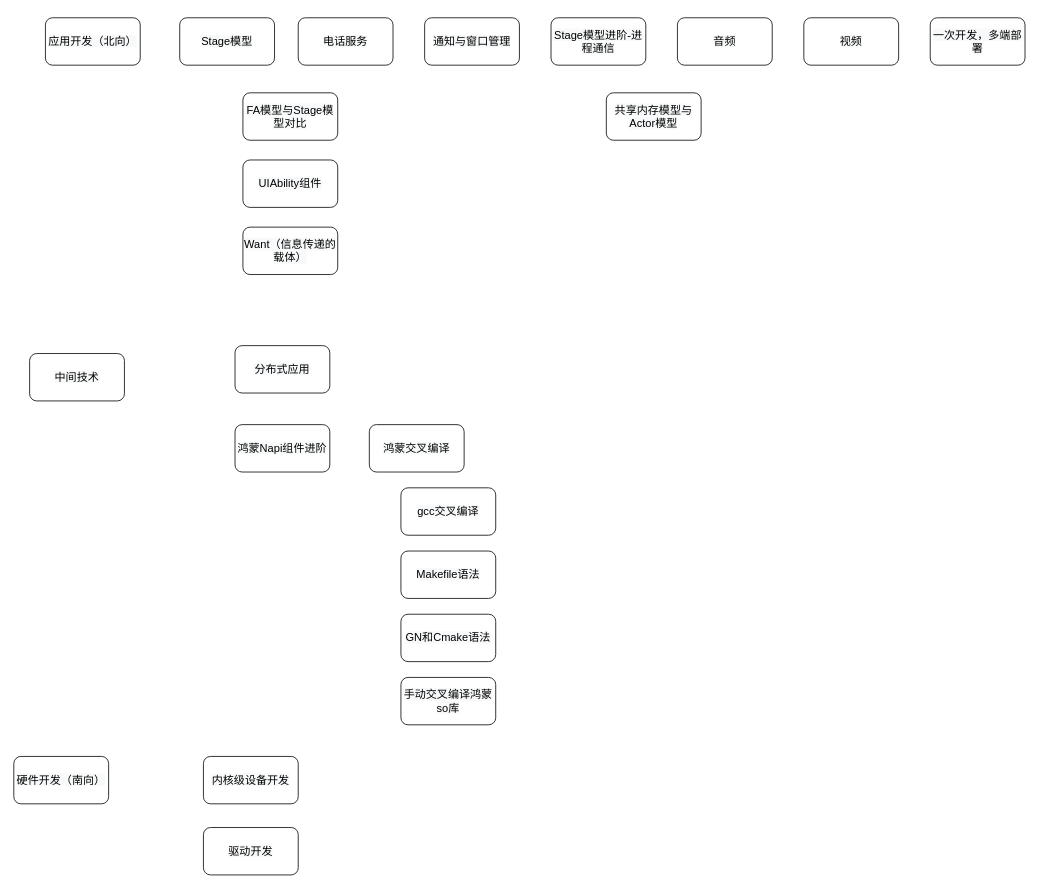
Earlier version of the draw.io diagram 掌握鸿蒙系统开发.drawio (yanhanfrontend/draw.io.workspace). Source tidied: cells renumbered, new cells numbered last; positions are measured from the earlier drawing's top-left corner, leaving out a move shared by most shapes. Both pictures are drawn from the tidied source at 79%, with x=0, y=0 at pixel (13, 13).
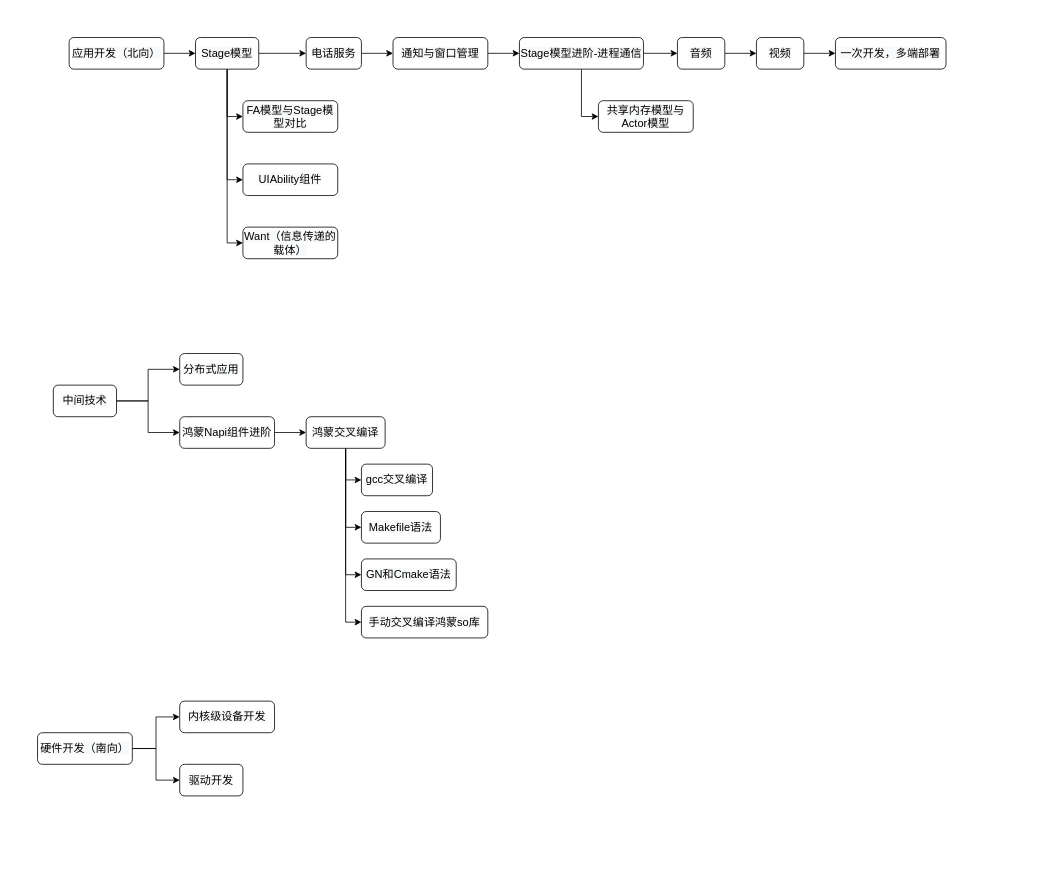
Above is the later version.

Commit message (it also covers changes not shown here):
更新掌握鸿蒙系统开发.drawio

Change to the diagram source:
```diff
@@
+    <mxCell id="28" style="edgeStyle=orthogonalEdgeStyle;rounded=0;jettySize=auto;html=1;" parent="1" edge="1" source="5" target="6">
+      <mxGeometry relative="1" as="geometry" />
+    </mxCell>
     <mxCell id="5" value="&lt;span style=&quot;font-family: 默认字体; font-size: 14px; background-color: rgb(248, 249, 250);&quot;&gt;应用开发（北向）&lt;/span&gt;" style="rounded=1;whiteSpace=wrap;html=1;" parent="1" vertex="1">
-      <mxGeometry x="40" y="5" width="120" height="60" as="geometry" />
+      <mxGeometry x="70" y="30" width="120" height="40" as="geometry" />
     </mxCell>
+    <mxCell id="29" style="edgeStyle=orthogonalEdgeStyle;rounded=0;jettySize=auto;html=1;entryX=0;entryY=0.5;entryDx=0;entryDy=0;" parent="1" edge="1" source="6" target="26">
+      <mxGeometry relative="1" as="geometry" />
+    </mxCell>
+    <mxCell id="30" style="edgeStyle=orthogonalEdgeStyle;rounded=0;jettySize=auto;html=1;exitX=0.5;exitY=1;exitDx=0;exitDy=0;entryX=0;entryY=0.5;entryDx=0;entryDy=0;" parent="1" edge="1" source="6" target="20">
+      <mxGeometry relative="1" as="geometry" />
+    </mxCell>
+    <mxCell id="31" style="edgeStyle=orthogonalEdgeStyle;rounded=0;jettySize=auto;html=1;exitX=0.5;exitY=1;exitDx=0;exitDy=0;entryX=0;entryY=0.5;entryDx=0;entryDy=0;" parent="1" edge="1" source="6" target="25">
+      <mxGeometry relative="1" as="geometry" />
+    </mxCell>
+    <mxCell id="32" style="edgeStyle=orthogonalEdgeStyle;rounded=0;jettySize=auto;html=1;" parent="1" edge="1" source="6" target="21">
+      <mxGeometry relative="1" as="geometry" />
+    </mxCell>
     <mxCell id="6" value="&lt;span style=&quot;font-family: 默认字体; font-size: 14px; background-color: rgb(248, 249, 250);&quot;&gt;Stage模型&lt;/span&gt;" style="rounded=1;whiteSpace=wrap;html=1;" parent="1" vertex="1">
-      <mxGeometry x="210" y="5" width="120" height="60" as="geometry" />
+      <mxGeometry x="230" y="30" width="80" height="40" as="geometry" />
     </mxCell>
     <mxCell id="7" value="&lt;span style=&quot;font-family: 默认字体; font-size: 14px; background-color: rgb(248, 249, 250);&quot;&gt;gcc交叉编译&lt;/span&gt;" style="rounded=1;whiteSpace=wrap;html=1;" parent="1" vertex="1">
-      <mxGeometry x="490" y="600" width="120" height="60" as="geometry" />
+      <mxGeometry x="440" y="570" width="90" height="40" as="geometry" />
     </mxCell>
+    <mxCell id="33" style="edgeStyle=orthogonalEdgeStyle;rounded=0;jettySize=auto;html=1;exitX=0.5;exitY=1;exitDx=0;exitDy=0;entryX=0;entryY=0.5;entryDx=0;entryDy=0;" parent="1" edge="1" source="8" target="7">
+      <mxGeometry relative="1" as="geometry" />
+    </mxCell>
+    <mxCell id="34" style="edgeStyle=orthogonalEdgeStyle;rounded=0;jettySize=auto;html=1;exitX=0.5;exitY=1;exitDx=0;exitDy=0;entryX=0;entryY=0.5;entryDx=0;entryDy=0;" parent="1" edge="1" source="8" target="23">
+      <mxGeometry relative="1" as="geometry" />
+    </mxCell>
+    <mxCell id="35" style="edgeStyle=orthogonalEdgeStyle;rounded=0;jettySize=auto;html=1;exitX=0.5;exitY=1;exitDx=0;exitDy=0;entryX=0;entryY=0.5;entryDx=0;entryDy=0;" parent="1" edge="1" source="8" target="17">
+      <mxGeometry relative="1" as="geometry" />
+    </mxCell>
+    <mxCell id="36" style="edgeStyle=orthogonalEdgeStyle;rounded=0;jettySize=auto;html=1;exitX=0.5;exitY=1;exitDx=0;exitDy=0;entryX=0;entryY=0.5;entryDx=0;entryDy=0;" parent="1" edge="1" source="8" target="13">
+      <mxGeometry relative="1" as="geometry" />
+    </mxCell>
     <mxCell id="8" value="&lt;span style=&quot;font-family: 默认字体; font-size: 14px; background-color: rgb(248, 249, 250);&quot;&gt;鸿蒙交叉编译&lt;/span&gt;" style="rounded=1;whiteSpace=wrap;html=1;" parent="1" vertex="1">
-      <mxGeometry x="450" y="520" width="120" height="60" as="geometry" />
+      <mxGeometry x="370" y="510" width="100" height="40" as="geometry" />
     </mxCell>
+    <mxCell id="37" style="edgeStyle=orthogonalEdgeStyle;rounded=0;jettySize=auto;html=1;" parent="1" edge="1" source="9" target="8">
+      <mxGeometry relative="1" as="geometry" />
+    </mxCell>
     <mxCell id="9" value="&lt;span style=&quot;font-family: 默认字体; font-size: 14px; background-color: rgb(248, 249, 250);&quot;&gt;鸿蒙Napi组件进阶&lt;/span&gt;" style="rounded=1;whiteSpace=wrap;html=1;" parent="1" vertex="1">
-      <mxGeometry x="280" y="520" width="120" height="60" as="geometry" />
+      <mxGeometry x="210" y="510" width="120" height="40" as="geometry" />
     </mxCell>
     <mxCell id="10" value="&lt;span style=&quot;font-family: 默认字体; font-size: 14px; background-color: rgb(248, 249, 250);&quot;&gt;一次开发，多端部署&lt;/span&gt;" style="rounded=1;whiteSpace=wrap;html=1;" parent="1" vertex="1">
-      <mxGeometry x="1160" y="5" width="120" height="60" as="geometry" />
+      <mxGeometry x="1040" y="30" width="140" height="40" as="geometry" />
     </mxCell>
+    <mxCell id="38" style="edgeStyle=orthogonalEdgeStyle;rounded=0;jettySize=auto;html=1;" parent="1" edge="1" source="11" target="10">
+      <mxGeometry relative="1" as="geometry" />
+    </mxCell>
     <mxCell id="11" value="&lt;span style=&quot;font-family: 默认字体; font-size: 14px; background-color: rgb(248, 249, 250);&quot;&gt;视频&lt;/span&gt;" style="rounded=1;whiteSpace=wrap;html=1;" parent="1" vertex="1">
-      <mxGeometry x="1000" y="5" width="120" height="60" as="geometry" />
+      <mxGeometry x="940" y="30" width="60" height="40" as="geometry" />
     </mxCell>
+    <mxCell id="39" style="edgeStyle=orthogonalEdgeStyle;rounded=0;jettySize=auto;html=1;" parent="1" edge="1" source="12" target="27">
+      <mxGeometry relative="1" as="geometry" />
+    </mxCell>
     <mxCell id="12" value="&lt;span style=&quot;font-family: 默认字体; font-size: 14px; background-color: rgb(248, 249, 250);&quot;&gt;通知与窗口管理&lt;/span&gt;" style="rounded=1;whiteSpace=wrap;html=1;" parent="1" vertex="1">
-      <mxGeometry x="520" y="5" width="120" height="60" as="geometry" />
+      <mxGeometry x="480" y="30" width="120" height="40" as="geometry" />
     </mxCell>
     <mxCell id="13" value="&lt;span style=&quot;font-family: 默认字体; font-size: 14px; background-color: rgb(248, 249, 250);&quot;&gt;手动交叉编译鸿蒙so库&lt;/span&gt;" style="rounded=1;whiteSpace=wrap;html=1;" parent="1" vertex="1">
-      <mxGeometry x="490" y="840" width="120" height="60" as="geometry" />
+      <mxGeometry x="440" y="750" width="160" height="40" as="geometry" />
     </mxCell>
     <mxCell id="14" value="&lt;span style=&quot;font-family: 默认字体; font-size: 14px; background-color: rgb(248, 249, 250);&quot;&gt;驱动开发&lt;/span&gt;" style="rounded=1;whiteSpace=wrap;html=1;" parent="1" vertex="1">
-      <mxGeometry x="240" y="1030" width="120" height="60" as="geometry" />
+      <mxGeometry x="210" y="950" width="80" height="40" as="geometry" />
     </mxCell>
     <mxCell id="15" value="&lt;span style=&quot;font-family: 默认字体; font-size: 14px; background-color: rgb(248, 249, 250);&quot;&gt;内核级设备开发&lt;/span&gt;" style="rounded=1;whiteSpace=wrap;html=1;" parent="1" vertex="1">
-      <mxGeometry x="240" y="940" width="120" height="60" as="geometry" />
+      <mxGeometry x="210" y="870" width="120" height="40" as="geometry" />
     </mxCell>
+    <mxCell id="40" style="edgeStyle=orthogonalEdgeStyle;rounded=0;jettySize=auto;html=1;exitX=1;exitY=0.5;exitDx=0;exitDy=0;entryX=0;entryY=0.5;entryDx=0;entryDy=0;" parent="1" edge="1" source="16" target="15">
+      <mxGeometry relative="1" as="geometry" />
+    </mxCell>
+    <mxCell id="41" style="edgeStyle=orthogonalEdgeStyle;rounded=0;jettySize=auto;html=1;exitX=1;exitY=0.5;exitDx=0;exitDy=0;entryX=0;entryY=0.5;entryDx=0;entryDy=0;" parent="1" edge="1" source="16" target="14">
+      <mxGeometry relative="1" as="geometry" />
+    </mxCell>
     <mxCell id="16" value="&lt;span style=&quot;font-family: 默认字体; font-size: 14px; background-color: rgb(248, 249, 250);&quot;&gt;硬件开发（南向）&lt;/span&gt;" style="rounded=1;whiteSpace=wrap;html=1;" parent="1" vertex="1">
-      <mxGeometry y="940" width="120" height="60" as="geometry" />
+      <mxGeometry x="30" y="910" width="120" height="40" as="geometry" />
     </mxCell>
     <mxCell id="17" value="&lt;span style=&quot;font-family: 默认字体; font-size: 14px; background-color: rgb(248, 249, 250);&quot;&gt;GN和Cmake语法&lt;/span&gt;" style="rounded=1;whiteSpace=wrap;html=1;" parent="1" vertex="1">
-      <mxGeometry x="490" y="760" width="120" height="60" as="geometry" />
+      <mxGeometry x="440" y="690" width="120" height="40" as="geometry" />
     </mxCell>
     <mxCell id="18" value="&lt;span style=&quot;font-family: 默认字体; font-size: 14px; background-color: rgb(248, 249, 250);&quot;&gt;共享内存模型与Actor模型&lt;/span&gt;" style="rounded=1;whiteSpace=wrap;html=1;" parent="1" vertex="1">
-      <mxGeometry x="750" y="100" width="120" height="60" as="geometry" />
+      <mxGeometry x="740" y="110" width="120" height="40" as="geometry" />
     </mxCell>
     <mxCell id="19" value="&lt;span style=&quot;font-family: 默认字体; font-size: 14px; background-color: rgb(248, 249, 250);&quot;&gt;分布式应用&lt;/span&gt;" style="rounded=1;whiteSpace=wrap;html=1;" parent="1" vertex="1">
-      <mxGeometry x="280" y="420" width="120" height="60" as="geometry" />
+      <mxGeometry x="210" y="430" width="80" height="40" as="geometry" />
     </mxCell>
     <mxCell id="20" value="&lt;span style=&quot;font-family: 默认字体; font-size: 14px; background-color: rgb(248, 249, 250);&quot;&gt;UIAbility组件&lt;/span&gt;" style="rounded=1;whiteSpace=wrap;html=1;" parent="1" vertex="1">
-      <mxGeometry x="290" y="185" width="120" height="60" as="geometry" />
+      <mxGeometry x="290" y="190" width="120" height="40" as="geometry" />
     </mxCell>
+    <mxCell id="42" style="edgeStyle=orthogonalEdgeStyle;rounded=0;jettySize=auto;html=1;" parent="1" edge="1" source="21" target="12">
+      <mxGeometry relative="1" as="geometry" />
+    </mxCell>
     <mxCell id="21" value="&lt;span style=&quot;font-family: 默认字体; font-size: 14px; background-color: rgb(248, 249, 250);&quot;&gt;电话服务&lt;/span&gt;" style="rounded=1;whiteSpace=wrap;html=1;" parent="1" vertex="1">
-      <mxGeometry x="360" y="5" width="120" height="60" as="geometry" />
+      <mxGeometry x="370" y="30" width="70" height="40" as="geometry" />
     </mxCell>
+    <mxCell id="43" style="edgeStyle=orthogonalEdgeStyle;rounded=0;jettySize=auto;html=1;" parent="1" edge="1" source="22" target="11">
+      <mxGeometry relative="1" as="geometry" />
+    </mxCell>
     <mxCell id="22" value="&lt;span style=&quot;font-family: 默认字体; font-size: 14px; background-color: rgb(248, 249, 250);&quot;&gt;音频&lt;/span&gt;" style="rounded=1;whiteSpace=wrap;html=1;" parent="1" vertex="1">
-      <mxGeometry x="840" y="5" width="120" height="60" as="geometry" />
+      <mxGeometry x="840" y="30" width="60" height="40" as="geometry" />
     </mxCell>
     <mxCell id="23" value="&lt;span style=&quot;font-family: 默认字体; font-size: 14px; background-color: rgb(248, 249, 250);&quot;&gt;Makefile语法&lt;/span&gt;" style="rounded=1;whiteSpace=wrap;html=1;" parent="1" vertex="1">
-      <mxGeometry x="490" y="680" width="120" height="60" as="geometry" />
+      <mxGeometry x="440" y="630" width="100" height="40" as="geometry" />
     </mxCell>
+    <mxCell id="44" style="edgeStyle=orthogonalEdgeStyle;rounded=0;jettySize=auto;html=1;" parent="1" edge="1" source="24" target="19">
+      <mxGeometry relative="1" as="geometry" />
+    </mxCell>
+    <mxCell id="45" style="edgeStyle=orthogonalEdgeStyle;rounded=0;jettySize=auto;html=1;exitX=1;exitY=0.5;exitDx=0;exitDy=0;entryX=0;entryY=0.5;entryDx=0;entryDy=0;" parent="1" edge="1" source="24" target="9">
+      <mxGeometry relative="1" as="geometry" />
+    </mxCell>
     <mxCell id="24" value="&lt;span style=&quot;font-family: 默认字体; font-size: 14px; background-color: rgb(248, 249, 250);&quot;&gt;中间技术&lt;/span&gt;" style="rounded=1;whiteSpace=wrap;html=1;" parent="1" vertex="1">
-      <mxGeometry x="20" y="430" width="120" height="60" as="geometry" />
+      <mxGeometry x="50" y="470" width="80" height="40" as="geometry" />
     </mxCell>
     <mxCell id="25" value="&lt;span style=&quot;font-family: 默认字体; font-size: 14px; background-color: rgb(248, 249, 250);&quot;&gt;Want（信息传递的载体）&lt;/span&gt;" style="rounded=1;whiteSpace=wrap;html=1;" parent="1" vertex="1">
-      <mxGeometry x="290" y="270" width="120" height="60" as="geometry" />
+      <mxGeometry x="290" y="270" width="120" height="40" as="geometry" />
     </mxCell>
     <mxCell id="26" value="&lt;span style=&quot;font-family: 默认字体; font-size: 14px; background-color: rgb(248, 249, 250);&quot;&gt;FA模型与Stage模型对比&lt;/span&gt;" style="rounded=1;whiteSpace=wrap;html=1;" parent="1" vertex="1">
-      <mxGeometry x="290" y="100" width="120" height="60" as="geometry" />
+      <mxGeometry x="290" y="110" width="120" height="40" as="geometry" />
     </mxCell>
+    <mxCell id="46" style="edgeStyle=orthogonalEdgeStyle;rounded=0;jettySize=auto;html=1;exitX=0.5;exitY=1;exitDx=0;exitDy=0;entryX=0;entryY=0.5;entryDx=0;entryDy=0;" parent="1" edge="1" source="27" target="18">
+      <mxGeometry relative="1" as="geometry" />
+    </mxCell>
+    <mxCell id="47" style="edgeStyle=orthogonalEdgeStyle;rounded=0;jettySize=auto;html=1;" parent="1" edge="1" source="27" target="22">
+      <mxGeometry relative="1" as="geometry" />
+    </mxCell>
     <mxCell id="27" value="&lt;span style=&quot;font-family: 默认字体; font-size: 14px; background-color: rgb(248, 249, 250);&quot;&gt;Stage模型进阶-进程通信&lt;/span&gt;" style="rounded=1;whiteSpace=wrap;html=1;" parent="1" vertex="1">
-      <mxGeometry x="680" y="5" width="120" height="60" as="geometry" />
+      <mxGeometry x="640" y="30" width="157" height="40" as="geometry" />
     </mxCell>
```
